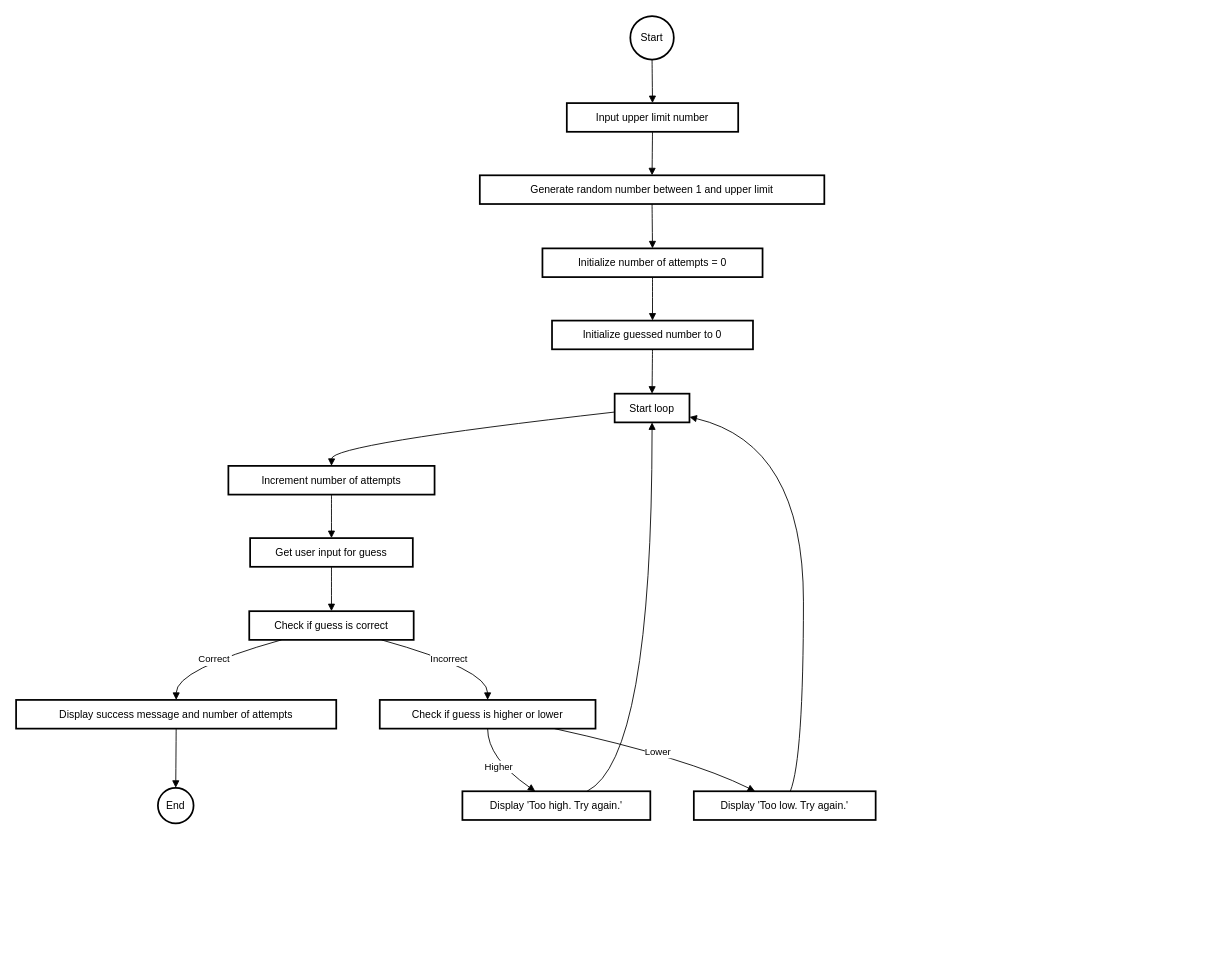
The draw.io diagram week-2/flowcharts/guessTheNumber.drawio in frontend-alex/flowchart-charts, before the edit. Source tidied: cells renumbered, new cells numbered last; positions are measured from the earlier drawing's top-left corner, leaving out a move shared by most shapes. Both pictures are drawn from the tidied source at 87%, with x=0, y=0 at pixel (16, 16).
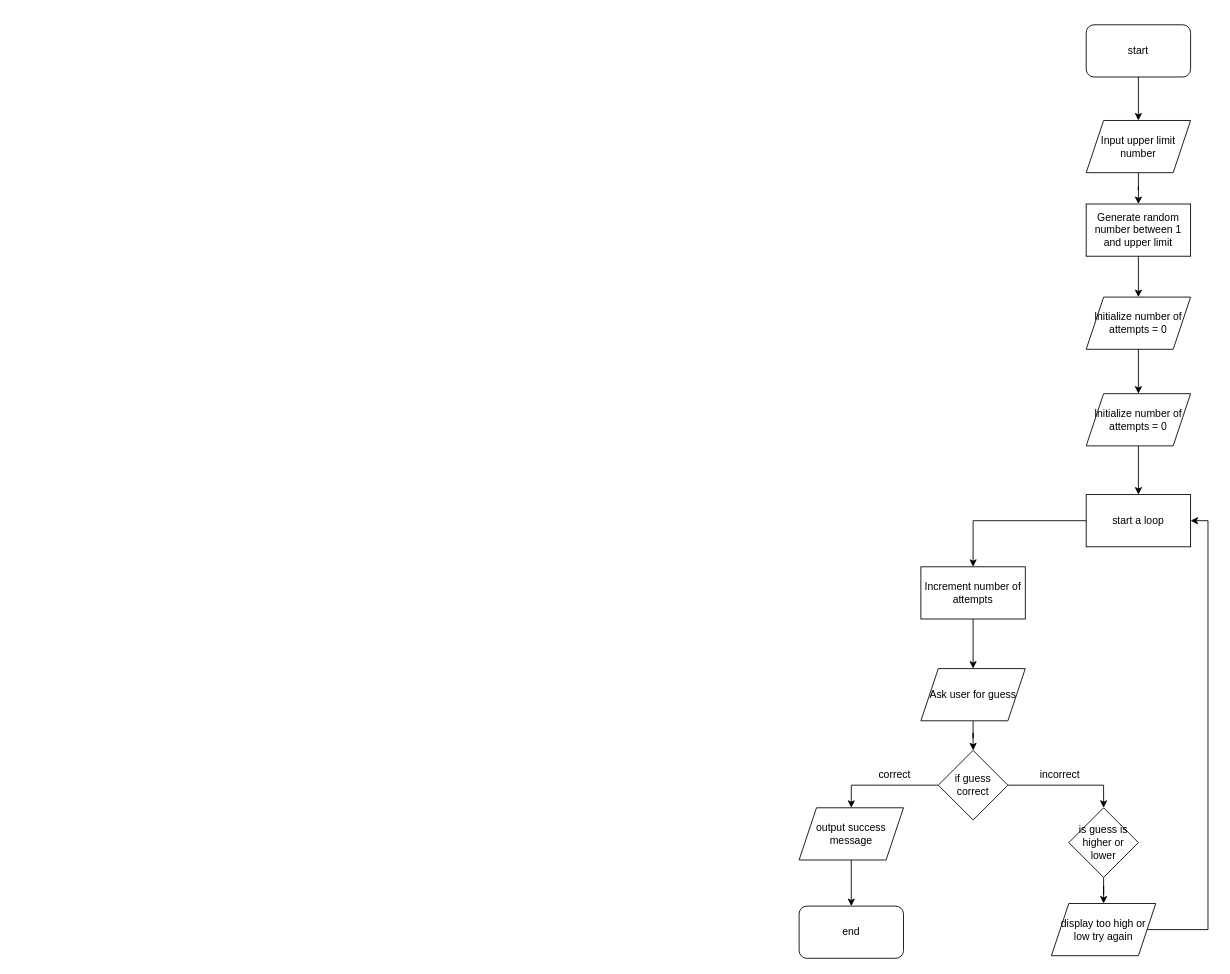
The same diagram, later.

The edit, as a diff of the source:
```diff
@@
-    <mxCell id="2" value="Start" style="ellipse;strokeWidth=2;whiteSpace=wrap;" parent="1" vertex="1">
-      <mxGeometry x="706" width="50" height="50" as="geometry" />
-    </mxCell>
+    <mxCell id="31" style="edgeStyle=orthogonalEdgeStyle;rounded=0;jettySize=auto;html=1;entryX=0.5;entryY=0;entryDx=0;entryDy=0;" parent="1" edge="1" source="32" target="3">
+      <mxGeometry relative="1" as="geometry" />
+    </mxCell>
+    <mxCell id="32" value="start" style="rounded=1;whiteSpace=wrap;html=1;" parent="1" vertex="1">
+      <mxGeometry x="1230" y="10" width="120" height="60" as="geometry" />
+    </mxCell>
+    <mxCell id="17" style="edgeStyle=orthogonalEdgeStyle;rounded=0;jettySize=auto;html=1;entryX=0.5;entryY=0;entryDx=0;entryDy=0;" parent="1" edge="1" source="3" target="4">
+      <mxGeometry relative="1" as="geometry" />
+    </mxCell>
-    <mxCell id="3" value="Input upper limit number" style="whiteSpace=wrap;strokeWidth=2;" parent="1" vertex="1">
-      <mxGeometry x="633" y="100" width="197" height="33" as="geometry" />
+    <mxCell id="3" value="Input upper limit number" style="shape=parallelogram;perimeter=parallelogramPerimeter;whiteSpace=wrap;html=1;fixedSize=1;" parent="1" vertex="1">
+      <mxGeometry x="1230" y="120" width="120" height="60" as="geometry" />
     </mxCell>
+    <mxCell id="33" style="edgeStyle=orthogonalEdgeStyle;rounded=0;jettySize=auto;html=1;" parent="1" edge="1" source="4" target="35">
+      <mxGeometry relative="1" as="geometry" />
+    </mxCell>
-    <mxCell id="4" value="Generate random number between 1 and upper limit" style="whiteSpace=wrap;strokeWidth=2;" parent="1" vertex="1">
-      <mxGeometry x="533" y="183" width="396" height="33" as="geometry" />
+    <mxCell id="4" value="Generate random number between 1 and upper limit" style="rounded=0;whiteSpace=wrap;html=1;" parent="1" vertex="1">
+      <mxGeometry x="1230" y="216" width="120" height="60" as="geometry" />
     </mxCell>
-    <mxCell id="5" value="Initialize number of attempts = 0" style="whiteSpace=wrap;strokeWidth=2;" parent="1" vertex="1">
-      <mxGeometry x="605" y="267" width="253" height="33" as="geometry" />
-    </mxCell>
-    <mxCell id="6" value="Initialize guessed number to 0" style="whiteSpace=wrap;strokeWidth=2;" parent="1" vertex="1">
-      <mxGeometry x="616" y="350" width="231" height="33" as="geometry" />
-    </mxCell>
-    <mxCell id="7" value="Start loop" style="whiteSpace=wrap;strokeWidth=2;" parent="1" vertex="1">
-      <mxGeometry x="688" y="434" width="86" height="33" as="geometry" />
-    </mxCell>
+    <mxCell id="34" style="edgeStyle=orthogonalEdgeStyle;rounded=0;jettySize=auto;html=1;entryX=0.5;entryY=0;entryDx=0;entryDy=0;" parent="1" edge="1" source="35" target="37">
+      <mxGeometry relative="1" as="geometry" />
+    </mxCell>
+    <mxCell id="35" value="Initialize number of attempts = 0" style="shape=parallelogram;perimeter=parallelogramPerimeter;whiteSpace=wrap;html=1;fixedSize=1;" parent="1" vertex="1">
+      <mxGeometry x="1230" y="323" width="120" height="60" as="geometry" />
+    </mxCell>
+    <mxCell id="36" style="edgeStyle=orthogonalEdgeStyle;rounded=0;jettySize=auto;html=1;entryX=0.5;entryY=0;entryDx=0;entryDy=0;" parent="1" edge="1" source="37" target="39">
+      <mxGeometry relative="1" as="geometry" />
+    </mxCell>
+    <mxCell id="37" value="Initialize number of attempts = 0" style="shape=parallelogram;perimeter=parallelogramPerimeter;whiteSpace=wrap;html=1;fixedSize=1;" parent="1" vertex="1">
+      <mxGeometry x="1230" y="434" width="120" height="60" as="geometry" />
+    </mxCell>
+    <mxCell id="38" style="edgeStyle=orthogonalEdgeStyle;rounded=0;jettySize=auto;html=1;" parent="1" edge="1" source="39" target="8">
+      <mxGeometry relative="1" as="geometry" />
+    </mxCell>
+    <mxCell id="39" value="start a loop" style="rounded=0;whiteSpace=wrap;html=1;" parent="1" vertex="1">
+      <mxGeometry x="1230" y="550" width="120" height="60" as="geometry" />
+    </mxCell>
+    <mxCell id="40" style="edgeStyle=orthogonalEdgeStyle;rounded=0;jettySize=auto;html=1;" parent="1" edge="1" source="8" target="42">
+      <mxGeometry relative="1" as="geometry" />
+    </mxCell>
-    <mxCell id="8" value="Increment number of attempts" style="whiteSpace=wrap;strokeWidth=2;" parent="1" vertex="1">
-      <mxGeometry x="244" y="517" width="237" height="33" as="geometry" />
+    <mxCell id="8" value="Increment number of attempts" style="rounded=0;whiteSpace=wrap;html=1;" parent="1" vertex="1">
+      <mxGeometry x="1040" y="633" width="120" height="60" as="geometry" />
     </mxCell>
-    <mxCell id="9" value="Get user input for guess" style="whiteSpace=wrap;strokeWidth=2;" parent="1" vertex="1">
-      <mxGeometry x="269" y="600" width="187" height="33" as="geometry" />
-    </mxCell>
-    <mxCell id="10" value="Check if guess is correct" style="whiteSpace=wrap;strokeWidth=2;" parent="1" vertex="1">
-      <mxGeometry x="268" y="684" width="189" height="33" as="geometry" />
-    </mxCell>
-    <mxCell id="11" value="Display success message and number of attempts" style="whiteSpace=wrap;strokeWidth=2;" parent="1" vertex="1">
-      <mxGeometry y="786" width="368" height="33" as="geometry" />
-    </mxCell>
-    <mxCell id="12" value="End" style="ellipse;strokeWidth=2;whiteSpace=wrap;" parent="1" vertex="1">
-      <mxGeometry x="163" y="887" width="41" height="41" as="geometry" />
-    </mxCell>
-    <mxCell id="13" value="Check if guess is higher or lower" style="whiteSpace=wrap;strokeWidth=2;" parent="1" vertex="1">
-      <mxGeometry x="418" y="786" width="248" height="33" as="geometry" />
-    </mxCell>
-    <mxCell id="14" value="Display 'Too high. Try again.'" style="whiteSpace=wrap;strokeWidth=2;" parent="1" vertex="1">
-      <mxGeometry x="513" y="891" width="216" height="33" as="geometry" />
-    </mxCell>
-    <mxCell id="15" value="Display 'Too low. Try again.'" style="whiteSpace=wrap;strokeWidth=2;" parent="1" vertex="1">
-      <mxGeometry x="779" y="891" width="209" height="33" as="geometry" />
-    </mxCell>
-    <mxCell id="16" style="curved=1;startArrow=none;endArrow=block;exitX=0.5;exitY=1;entryX=0.5;entryY=0;" parent="1" edge="1" source="2" target="3">
-      <mxGeometry relative="1" as="geometry" />
-    </mxCell>
-    <mxCell id="17" style="curved=1;startArrow=none;endArrow=block;exitX=0.5;exitY=1.01;entryX=0.5;entryY=0.01;" parent="1" edge="1" source="3" target="4">
-      <mxGeometry relative="1" as="geometry" />
-    </mxCell>
-    <mxCell id="18" style="curved=1;startArrow=none;endArrow=block;exitX=0.5;exitY=1.03;entryX=0.5;entryY=0;" parent="1" edge="1" source="4" target="5">
-      <mxGeometry relative="1" as="geometry" />
-    </mxCell>
-    <mxCell id="19" style="curved=1;startArrow=none;endArrow=block;exitX=0.5;exitY=1.01;entryX=0.5;entryY=0.01;" parent="1" edge="1" source="5" target="6">
-      <mxGeometry relative="1" as="geometry" />
-    </mxCell>
-    <mxCell id="20" style="curved=1;startArrow=none;endArrow=block;exitX=0.5;exitY=1.02;entryX=0.5;entryY=-0.01;" parent="1" edge="1" source="6" target="7">
-      <mxGeometry relative="1" as="geometry" />
-    </mxCell>
-    <mxCell id="21" style="curved=1;startArrow=none;endArrow=block;exitX=0;exitY=0.64;entryX=0.5;entryY=0;" parent="1" edge="1" source="7" target="8">
-      <mxGeometry relative="1" as="geometry">
-        <Array as="points">
-          <mxPoint x="363" y="492" />
-        </Array>
-      </mxGeometry>
-    </mxCell>
-    <mxCell id="22" style="curved=1;startArrow=none;endArrow=block;exitX=0.5;exitY=1.01;entryX=0.5;entryY=0.01;" parent="1" edge="1" source="8" target="9">
-      <mxGeometry relative="1" as="geometry" />
-    </mxCell>
-    <mxCell id="23" style="curved=1;startArrow=none;endArrow=block;exitX=0.5;exitY=1.03;entryX=0.5;entryY=0;" parent="1" edge="1" source="9" target="10">
-      <mxGeometry relative="1" as="geometry" />
-    </mxCell>
-    <mxCell id="24" value="Correct" style="curved=1;startArrow=none;endArrow=block;exitX=0.19;exitY=1.01;entryX=0.5;entryY=-0.01;" parent="1" edge="1" source="10" target="11">
-      <mxGeometry relative="1" as="geometry">
-        <Array as="points">
-          <mxPoint x="184" y="751" />
-        </Array>
-      </mxGeometry>
-    </mxCell>
-    <mxCell id="25" style="curved=1;startArrow=none;endArrow=block;exitX=0.5;exitY=1;entryX=0.51;entryY=0.01;" parent="1" edge="1" source="11" target="12">
-      <mxGeometry relative="1" as="geometry" />
-    </mxCell>
-    <mxCell id="26" value="Incorrect" style="curved=1;startArrow=none;endArrow=block;exitX=0.81;exitY=1.01;entryX=0.5;entryY=-0.01;" parent="1" edge="1" source="10" target="13">
-      <mxGeometry relative="1" as="geometry">
-        <Array as="points">
-          <mxPoint x="542" y="751" />
-        </Array>
-      </mxGeometry>
-    </mxCell>
-    <mxCell id="27" value="Higher" style="curved=1;startArrow=none;endArrow=block;exitX=0.5;exitY=1;entryX=0.39;entryY=0.01;" parent="1" edge="1" source="13" target="14">
-      <mxGeometry relative="1" as="geometry">
-        <Array as="points">
-          <mxPoint x="542" y="853" />
-        </Array>
-      </mxGeometry>
-    </mxCell>
-    <mxCell id="28" style="curved=1;startArrow=none;endArrow=block;exitX=0.66;exitY=0.01;entryX=0.5;entryY=1;" parent="1" edge="1" source="14" target="7">
-      <mxGeometry relative="1" as="geometry">
-        <Array as="points">
-          <mxPoint x="731" y="853" />
-        </Array>
-      </mxGeometry>
-    </mxCell>
-    <mxCell id="29" value="Lower" style="curved=1;startArrow=none;endArrow=block;exitX=0.81;exitY=1;entryX=0.34;entryY=0.01;" parent="1" edge="1" source="13" target="15">
-      <mxGeometry relative="1" as="geometry">
-        <Array as="points">
-          <mxPoint x="773" y="853" />
-        </Array>
-      </mxGeometry>
-    </mxCell>
-    <mxCell id="30" style="curved=1;startArrow=none;endArrow=block;exitX=0.53;exitY=0.01;entryX=1;entryY=0.81;" parent="1" edge="1" source="15" target="7">
-      <mxGeometry relative="1" as="geometry">
-        <Array as="points">
-          <mxPoint x="905" y="853" />
-          <mxPoint x="905" y="492" />
-        </Array>
-      </mxGeometry>
-    </mxCell>
+    <mxCell id="41" style="edgeStyle=orthogonalEdgeStyle;rounded=0;jettySize=auto;html=1;entryX=0.5;entryY=0;entryDx=0;entryDy=0;" parent="1" edge="1" source="42" target="45">
+      <mxGeometry relative="1" as="geometry" />
+    </mxCell>
+    <mxCell id="42" value="Ask user for guess" style="shape=parallelogram;perimeter=parallelogramPerimeter;whiteSpace=wrap;html=1;fixedSize=1;" parent="1" vertex="1">
+      <mxGeometry x="1040" y="750" width="120" height="60" as="geometry" />
+    </mxCell>
+    <mxCell id="43" style="edgeStyle=orthogonalEdgeStyle;rounded=0;jettySize=auto;html=1;entryX=0.5;entryY=0;entryDx=0;entryDy=0;" parent="1" edge="1" source="45" target="47">
+      <mxGeometry relative="1" as="geometry" />
+    </mxCell>
+    <mxCell id="44" style="edgeStyle=orthogonalEdgeStyle;rounded=0;jettySize=auto;html=1;entryX=0.5;entryY=0;entryDx=0;entryDy=0;" parent="1" edge="1" source="45" target="51">
+      <mxGeometry relative="1" as="geometry" />
+    </mxCell>
+    <mxCell id="45" value="if guess correct" style="rhombus;whiteSpace=wrap;html=1;" parent="1" vertex="1">
+      <mxGeometry x="1060" y="844" width="80" height="80" as="geometry" />
+    </mxCell>
+    <mxCell id="46" style="edgeStyle=orthogonalEdgeStyle;rounded=0;jettySize=auto;html=1;" parent="1" edge="1" source="47" target="48">
+      <mxGeometry relative="1" as="geometry" />
+    </mxCell>
+    <mxCell id="47" value="output success message" style="shape=parallelogram;perimeter=parallelogramPerimeter;whiteSpace=wrap;html=1;fixedSize=1;" parent="1" vertex="1">
+      <mxGeometry x="900" y="910" width="120" height="60" as="geometry" />
+    </mxCell>
+    <mxCell id="48" value="end" style="rounded=1;whiteSpace=wrap;html=1;" parent="1" vertex="1">
+      <mxGeometry x="900" y="1023" width="120" height="60" as="geometry" />
+    </mxCell>
+    <mxCell id="49" value="correct" style="text;html=1;align=center;verticalAlign=middle;whiteSpace=wrap;rounded=0;" parent="1" vertex="1">
+      <mxGeometry x="980" y="857" width="60" height="30" as="geometry" />
+    </mxCell>
+    <mxCell id="50" style="edgeStyle=orthogonalEdgeStyle;rounded=0;jettySize=auto;html=1;" parent="1" edge="1" source="51" target="54">
+      <mxGeometry relative="1" as="geometry" />
+    </mxCell>
+    <mxCell id="51" value="is guess is higher or lower" style="rhombus;whiteSpace=wrap;html=1;" parent="1" vertex="1">
+      <mxGeometry x="1210" y="910" width="80" height="80" as="geometry" />
+    </mxCell>
+    <mxCell id="52" value="incorrect" style="text;html=1;align=center;verticalAlign=middle;whiteSpace=wrap;rounded=0;" parent="1" vertex="1">
+      <mxGeometry x="1170" y="857" width="60" height="30" as="geometry" />
+    </mxCell>
+    <mxCell id="53" style="edgeStyle=orthogonalEdgeStyle;rounded=0;jettySize=auto;html=1;entryX=1;entryY=0.5;entryDx=0;entryDy=0;" parent="1" edge="1" source="54" target="39">
+      <mxGeometry relative="1" as="geometry">
+        <Array as="points">
+          <mxPoint x="1370" y="1050" />
+          <mxPoint x="1370" y="580" />
+        </Array>
+      </mxGeometry>
+    </mxCell>
+    <mxCell id="54" value="display too high or low try again" style="shape=parallelogram;perimeter=parallelogramPerimeter;whiteSpace=wrap;html=1;fixedSize=1;" parent="1" vertex="1">
+      <mxGeometry x="1190" y="1020" width="120" height="60" as="geometry" />
+    </mxCell>
```
